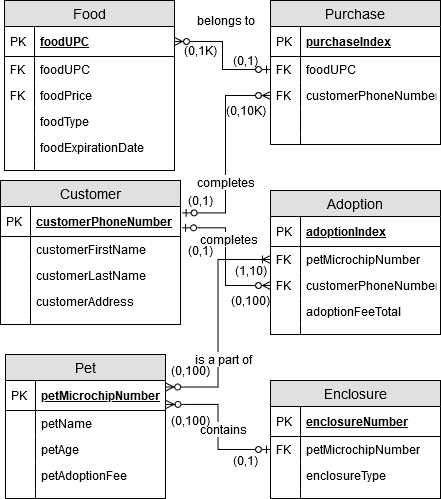
Earlier version of the draw.io export PetShopER.png (BlueHatHkr/IST210-Spring2020). Source tidied: cells renumbered, new cells last; positions are measured from the earlier drawing's top-left corner, leaving out a move shared by most shapes.
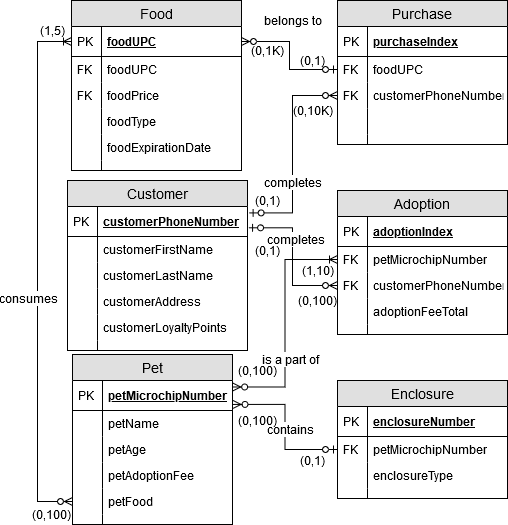
Later version of the same file.

What changed in the source:
```diff
@@ -3,7 +3,7 @@
     <mxCell id="0" />
     <mxCell id="1" parent="0" />
     <mxCell id="2" value="Pet" style="swimlane;fontStyle=0;horizontal=1;startSize=26;fillColor=#e0e0e0;swimlaneFillColor=#ffffff;align=center;fontSize=14;" parent="1" vertex="1">
-      <mxGeometry x="5" y="354" width="160" height="144" as="geometry" />
+      <mxGeometry x="5" y="354" width="160" height="170" as="geometry" />
     </mxCell>
     <mxCell id="3" value="petMicrochipNumber" style="shape=partialRectangle;top=0;left=0;right=0;bottom=1;align=left;verticalAlign=middle;fillColor=none;spacingLeft=34;spacingRight=4;overflow=hidden;points=[[0,0.5],[1,0.5]];portConstraint=eastwest;fontStyle=5;fontSize=12;" parent="2" vertex="1">
       <mxGeometry y="26" width="160" height="30" as="geometry" />
@@ -29,14 +29,20 @@
     <mxCell id="10" style="shape=partialRectangle;top=0;left=0;bottom=0;fillColor=none;align=left;verticalAlign=top;spacingLeft=4;spacingRight=4;overflow=hidden;fontSize=12;" parent="9" vertex="1">
       <mxGeometry width="30" height="26" as="geometry" />
     </mxCell>
+    <mxCell id="88" value="petFood" style="shape=partialRectangle;top=0;left=0;right=0;bottom=0;align=left;verticalAlign=top;fillColor=none;spacingLeft=34;spacingRight=4;overflow=hidden;points=[[0,0.5],[1,0.5]];portConstraint=eastwest;fontSize=12;" parent="2" vertex="1">
+      <mxGeometry y="134" width="160" height="26" as="geometry" />
+    </mxCell>
+    <mxCell id="89" style="shape=partialRectangle;top=0;left=0;bottom=0;fillColor=none;align=left;verticalAlign=top;spacingLeft=4;spacingRight=4;overflow=hidden;fontSize=12;" parent="88" vertex="1">
+      <mxGeometry width="30" height="26" as="geometry" />
+    </mxCell>
     <mxCell id="11" style="shape=partialRectangle;top=0;left=0;right=0;bottom=0;align=left;verticalAlign=top;fillColor=none;spacingLeft=34;spacingRight=4;overflow=hidden;fontSize=12;" parent="2" vertex="1">
-      <mxGeometry y="134" width="160" height="10" as="geometry" />
+      <mxGeometry y="160" width="160" height="10" as="geometry" />
     </mxCell>
     <mxCell id="12" style="shape=partialRectangle;top=0;left=0;bottom=0;fillColor=none;align=left;verticalAlign=top;spacingLeft=4;spacingRight=4;overflow=hidden;fontSize=12;" parent="11" vertex="1">
       <mxGeometry width="30" height="10" as="geometry" />
     </mxCell>
     <mxCell id="13" value="Customer" style="swimlane;fontStyle=0;horizontal=1;startSize=26;fillColor=#e0e0e0;swimlaneFillColor=#ffffff;align=center;fontSize=14;" parent="1" vertex="1">
-      <mxGeometry y="180" width="180" height="144" as="geometry" />
+      <mxGeometry y="180" width="180" height="170" as="geometry" />
     </mxCell>
     <mxCell id="14" value="customerPhoneNumber" style="shape=partialRectangle;top=0;left=0;right=0;bottom=1;align=left;verticalAlign=middle;fillColor=none;spacingLeft=34;spacingRight=4;overflow=hidden;points=[[0,0.5],[1,0.5]];portConstraint=eastwest;fontStyle=5;fontSize=12;" parent="13" vertex="1">
       <mxGeometry y="26" width="180" height="30" as="geometry" />
@@ -56,14 +62,20 @@
     <mxCell id="19" style="shape=partialRectangle;top=0;left=0;bottom=0;fillColor=none;align=left;verticalAlign=top;spacingLeft=4;spacingRight=4;overflow=hidden;fontSize=12;" parent="18" vertex="1">
       <mxGeometry width="30" height="26" as="geometry" />
     </mxCell>
+    <mxCell id="90" value="customerAddress" style="shape=partialRectangle;top=0;left=0;right=0;bottom=0;align=left;verticalAlign=top;fillColor=none;spacingLeft=34;spacingRight=4;overflow=hidden;fontSize=12;" parent="13" vertex="1">
+      <mxGeometry y="108" width="180" height="26" as="geometry" />
+    </mxCell>
+    <mxCell id="91" style="shape=partialRectangle;top=0;left=0;bottom=0;fillColor=none;align=left;verticalAlign=top;spacingLeft=4;spacingRight=4;overflow=hidden;fontSize=12;" parent="90" vertex="1">
+      <mxGeometry width="30" height="26" as="geometry" />
+    </mxCell>
-    <mxCell id="20" value="customerAddress" style="shape=partialRectangle;top=0;left=0;right=0;bottom=0;align=left;verticalAlign=top;fillColor=none;spacingLeft=34;spacingRight=4;overflow=hidden;fontSize=12;" parent="13" vertex="1">
-      <mxGeometry y="108" width="180" height="26" as="geometry" />
+    <mxCell id="20" value="customerLoyaltyPoints" style="shape=partialRectangle;top=0;left=0;right=0;bottom=0;align=left;verticalAlign=top;fillColor=none;spacingLeft=34;spacingRight=4;overflow=hidden;fontSize=12;" parent="13" vertex="1">
+      <mxGeometry y="134" width="180" height="26" as="geometry" />
     </mxCell>
     <mxCell id="21" style="shape=partialRectangle;top=0;left=0;bottom=0;fillColor=none;align=left;verticalAlign=top;spacingLeft=4;spacingRight=4;overflow=hidden;fontSize=12;" parent="20" vertex="1">
       <mxGeometry width="30" height="26" as="geometry" />
     </mxCell>
     <mxCell id="22" style="shape=partialRectangle;top=0;left=0;right=0;bottom=0;align=left;verticalAlign=top;fillColor=none;spacingLeft=34;spacingRight=4;overflow=hidden;fontSize=12;" parent="13" vertex="1">
-      <mxGeometry y="134" width="180" height="10" as="geometry" />
+      <mxGeometry y="160" width="180" height="10" as="geometry" />
     </mxCell>
     <mxCell id="23" style="shape=partialRectangle;top=0;left=0;bottom=0;fillColor=none;align=left;verticalAlign=top;spacingLeft=4;spacingRight=4;overflow=hidden;fontSize=12;" parent="22" vertex="1">
       <mxGeometry width="30" height="10" as="geometry" />
@@ -268,5 +280,24 @@
     <mxCell id="87" value="(0,1)" style="text;html=1;align=center;verticalAlign=middle;" parent="1" vertex="1">
       <mxGeometry x="180" y="240" width="40" height="20" as="geometry" />
     </mxCell>
+    <mxCell id="92" style="edgeStyle=orthogonalEdgeStyle;rounded=0;jettySize=auto;html=1;entryX=0;entryY=0.5;entryDx=0;entryDy=0;startArrow=ERzeroToMany;startFill=1;endArrow=ERoneToMany;endFill=0;exitX=0;exitY=0.5;exitDx=0;exitDy=0;" parent="1" edge="1" source="88" target="47">
+      <mxGeometry relative="1" as="geometry">
+        <Array as="points">
+          <mxPoint x="-30" y="501" />
+          <mxPoint x="-30" y="41" />
+        </Array>
+      </mxGeometry>
+    </mxCell>
+    <mxCell id="93" value="consumes" style="text;html=1;align=center;verticalAlign=middle;labelBackgroundColor=#ffffff;" parent="92" vertex="1">
+      <mxGeometry x="-0.69" y="-1" relative="1" as="geometry">
+        <mxPoint x="-11" y="-158" as="offset" />
+      </mxGeometry>
+    </mxCell>
+    <mxCell id="94" value="(1,5)" style="text;html=1;align=center;verticalAlign=middle;" parent="1" vertex="1">
+      <mxGeometry x="-35" y="20" width="40" height="20" as="geometry" />
+    </mxCell>
+    <mxCell id="95" value="(0,100)" style="text;html=1;align=center;verticalAlign=middle;" parent="1" vertex="1">
+      <mxGeometry x="-41" y="504" width="50" height="20" as="geometry" />
+    </mxCell>
   </root>
 </mxGraphModel>
```
